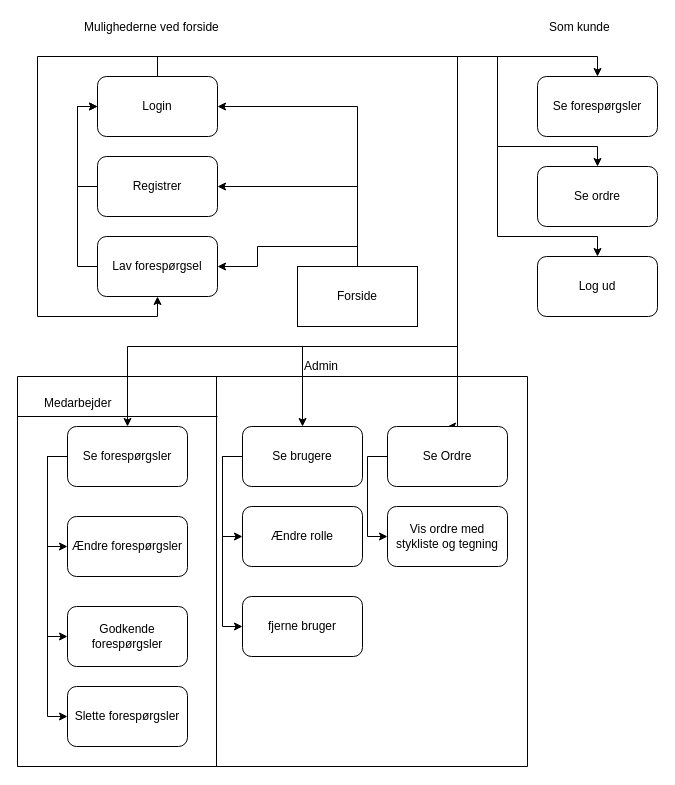
The draw.io diagram page "Overordnet" (10 of 10) of Analyser/Navigationsdiagram/navigationsdiagrammer.drawio in asgerhs/FogProject, before the edit. Source tidied: cells renumbered, new cells numbered last; positions are measured from the earlier drawing's top-left corner, leaving out a move shared by most shapes. Both pictures are drawn from the tidied source at 100%, with x=0, y=0 at pixel (17, 17).
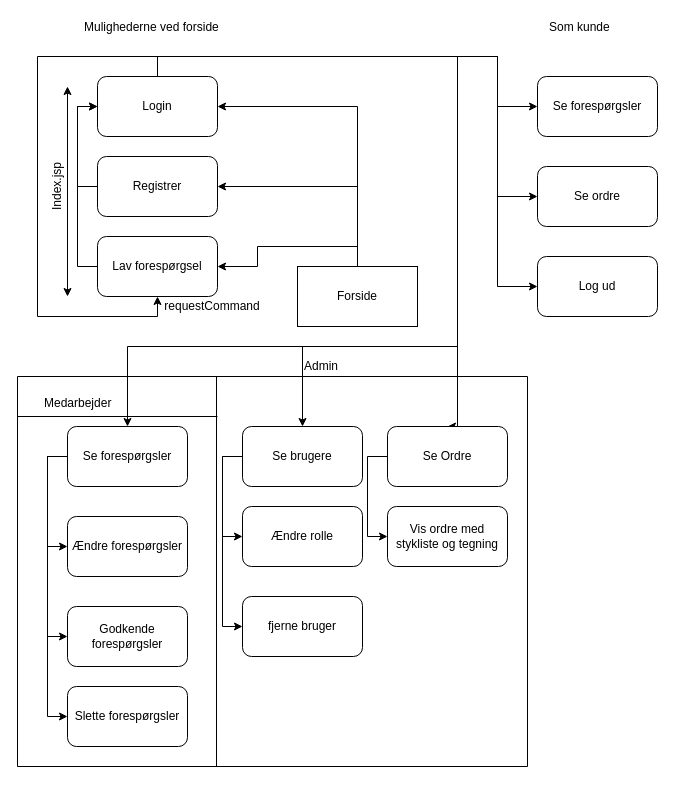
The same page after the edit.

Unchanged cells that the change refers to:
```xml
<mxCell id="13" value="Login" style="rounded=1;whiteSpace=wrap;html=1;" parent="1" vertex="1">
  <mxGeometry x="80" y="59" width="120" height="60" as="geometry" />
</mxCell>
<mxCell id="18" value="Se forespørgsler" style="rounded=1;whiteSpace=wrap;html=1;" parent="1" vertex="1">
  <mxGeometry x="520" y="59" width="120" height="60" as="geometry" />
</mxCell>
<mxCell id="19" value="Se ordre" style="rounded=1;whiteSpace=wrap;html=1;" parent="1" vertex="1">
  <mxGeometry x="520" y="149" width="120" height="60" as="geometry" />
</mxCell>
<mxCell id="20" value="Log ud" style="rounded=1;whiteSpace=wrap;html=1;" parent="1" vertex="1">
  <mxGeometry x="520" y="239" width="120" height="60" as="geometry" />
</mxCell>
```

Change to the diagram source:
```diff
@@
-    <mxCell id="6" style="edgeStyle=orthogonalEdgeStyle;rounded=0;jettySize=auto;html=1;exitX=0.5;exitY=0;exitDx=0;exitDy=0;entryX=0.5;entryY=0;entryDx=0;entryDy=0;strokeColor=#000000;" parent="1" edge="1" source="13" target="18">
-      <mxGeometry relative="1" as="geometry" />
+    <mxCell id="6" style="edgeStyle=orthogonalEdgeStyle;rounded=0;jettySize=auto;html=1;exitX=0.5;exitY=0;exitDx=0;exitDy=0;entryX=0;entryY=0.5;entryDx=0;entryDy=0;strokeColor=#000000;" parent="1" edge="1" source="13" target="18">
+      <mxGeometry relative="1" as="geometry">
+        <Array as="points">
+          <mxPoint x="140" y="39" />
+          <mxPoint x="480" y="39" />
+          <mxPoint x="480" y="89" />
+        </Array>
+      </mxGeometry>
     </mxCell>
@@
-    <mxCell id="8" style="edgeStyle=orthogonalEdgeStyle;rounded=0;jettySize=auto;html=1;exitX=0.5;exitY=0;exitDx=0;exitDy=0;entryX=0.5;entryY=0;entryDx=0;entryDy=0;strokeColor=#000000;" parent="1" edge="1" source="13" target="19">
+    <mxCell id="8" style="edgeStyle=orthogonalEdgeStyle;rounded=0;jettySize=auto;html=1;exitX=0.5;exitY=0;exitDx=0;exitDy=0;entryX=0;entryY=0.5;entryDx=0;entryDy=0;strokeColor=#000000;" parent="1" edge="1" source="13" target="19">
       <mxGeometry relative="1" as="geometry">
         <Array as="points">
           <mxPoint x="140" y="39" />
           <mxPoint x="480" y="39" />
-          <mxPoint x="480" y="129" />
-          <mxPoint x="580" y="129" />
+          <mxPoint x="480" y="179" />
         </Array>
       </mxGeometry>
     </mxCell>
-    <mxCell id="9" style="edgeStyle=orthogonalEdgeStyle;rounded=0;jettySize=auto;html=1;exitX=0.5;exitY=0;exitDx=0;exitDy=0;entryX=0.5;entryY=0;entryDx=0;entryDy=0;strokeColor=#000000;" parent="1" edge="1" source="13" target="20">
+    <mxCell id="9" style="edgeStyle=orthogonalEdgeStyle;rounded=0;jettySize=auto;html=1;exitX=0.5;exitY=0;exitDx=0;exitDy=0;entryX=0;entryY=0.5;entryDx=0;entryDy=0;strokeColor=#000000;" parent="1" edge="1" source="13" target="20">
       <mxGeometry relative="1" as="geometry">
         <Array as="points">
           <mxPoint x="140" y="39" />
           <mxPoint x="480" y="39" />
-          <mxPoint x="480" y="219" />
-          <mxPoint x="580" y="219" />
+          <mxPoint x="480" y="269" />
         </Array>
       </mxGeometry>
     </mxCell>
@@
+    <mxCell id="46" value="Index.jsp" style="text;html=1;strokeColor=none;fillColor=none;align=center;verticalAlign=middle;whiteSpace=wrap;rounded=0;rotation=-90;" parent="1" vertex="1">
+      <mxGeometry x="20" y="159" width="40" height="20" as="geometry" />
+    </mxCell>
+    <mxCell id="47" style="endArrow=classic;startArrow=classic;html=1;" parent="1" edge="1">
+      <mxGeometry relative="1" as="geometry">
+        <mxPoint x="50" y="279" as="sourcePoint" />
+        <mxPoint x="50" y="69" as="targetPoint" />
+      </mxGeometry>
+    </mxCell>
+    <mxCell id="48" value="requestCommand" style="text;html=1;strokeColor=none;fillColor=none;align=center;verticalAlign=middle;whiteSpace=wrap;rounded=0;" parent="1" vertex="1">
+      <mxGeometry x="175" y="279" width="40" height="20" as="geometry" />
+    </mxCell>
```
